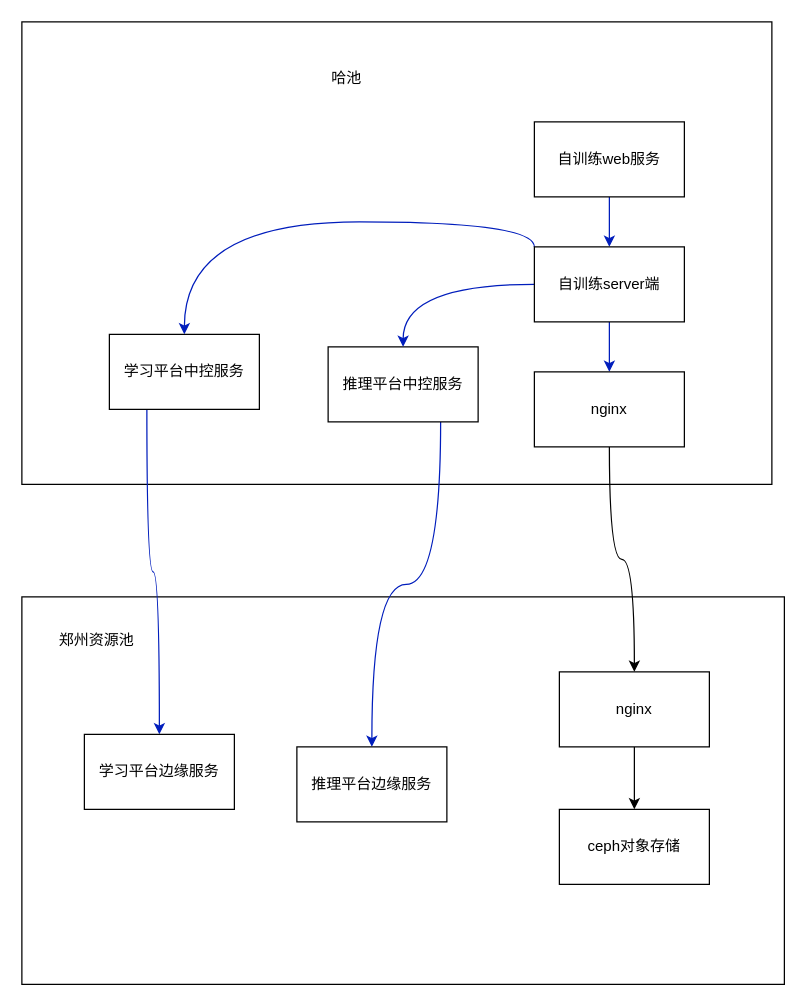
Above: page "第 1 页 的副本" (2 of 3) of 自训练部署架构.drawio in adtxgc/diagrams (draw.io), before the change. Source tidied: cells renumbered, new cells numbered last; positions are measured from the earlier drawing's top-left corner, leaving out a move shared by most shapes. Both pictures are drawn from the tidied source at 125%, with x=0, y=0 at pixel (21, 21).
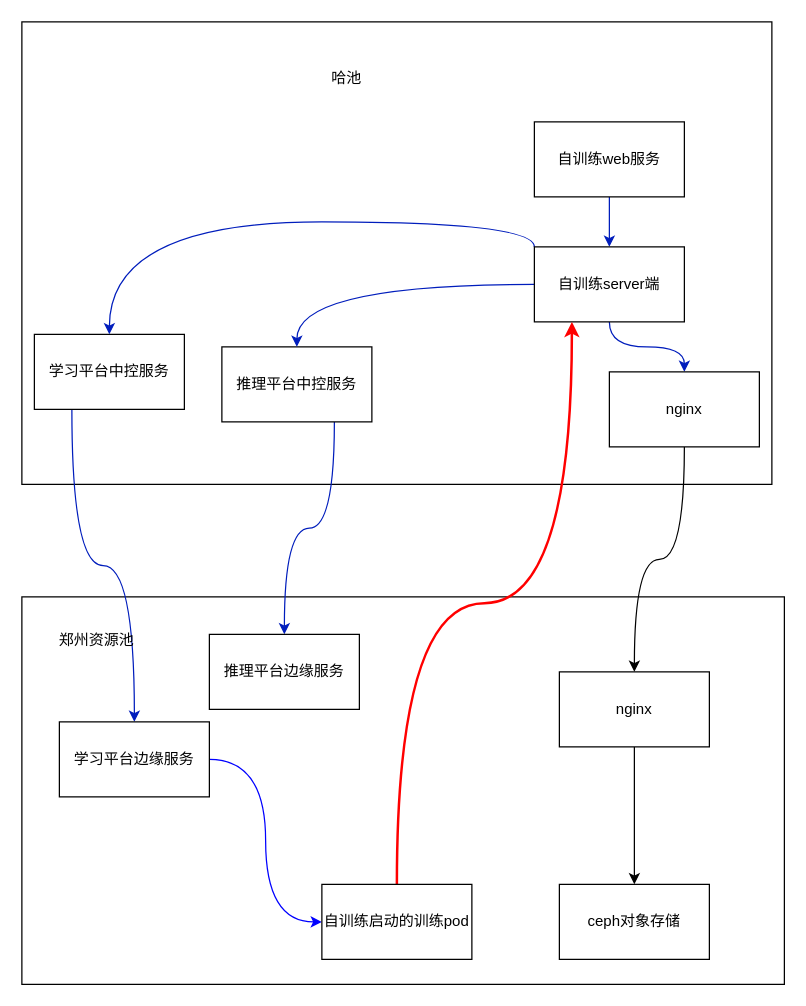
The same page after the edit.

The change refers to these unchanged cells:
```xml
<mxCell id="15" value="自训练server端" style="rounded=0;whiteSpace=wrap;html=1;" parent="1" vertex="1">
  <mxGeometry x="410" y="180" width="120" height="60" as="geometry" />
</mxCell>
```

What changed in the source:
```diff
@@
     <mxCell id="5" value="学习平台中控服务" style="rounded=0;whiteSpace=wrap;html=1;" parent="1" vertex="1">
-      <mxGeometry x="70" y="250" width="120" height="60" as="geometry" />
+      <mxGeometry x="10" y="250" width="120" height="60" as="geometry" />
     </mxCell>
@@
     <mxCell id="7" value="推理平台中控服务" style="rounded=0;whiteSpace=wrap;html=1;" parent="1" vertex="1">
-      <mxGeometry x="245" y="260" width="120" height="60" as="geometry" />
+      <mxGeometry x="160" y="260" width="120" height="60" as="geometry" />
     </mxCell>
@@
+    <mxCell id="23" style="edgeStyle=orthogonalEdgeStyle;curved=1;rounded=0;jettySize=auto;html=1;entryX=0;entryY=0.5;entryDx=0;entryDy=0;strokeColor=#0000FF;" parent="1" edge="1" source="10" target="25">
+      <mxGeometry relative="1" as="geometry" />
+    </mxCell>
     <mxCell id="10" value="学习平台边缘服务" style="rounded=0;whiteSpace=wrap;html=1;" parent="1" vertex="1">
-      <mxGeometry x="50" y="570" width="120" height="60" as="geometry" />
+      <mxGeometry x="30" y="560" width="120" height="60" as="geometry" />
     </mxCell>
     <mxCell id="11" value="推理平台边缘服务" style="rounded=0;whiteSpace=wrap;html=1;" parent="1" vertex="1">
-      <mxGeometry x="220" y="580" width="120" height="60" as="geometry" />
+      <mxGeometry x="150" y="490" width="120" height="60" as="geometry" />
     </mxCell>
@@
     <mxCell id="16" value="ceph对象存储" style="rounded=0;whiteSpace=wrap;html=1;" parent="1" vertex="1">
-      <mxGeometry x="430" y="630" width="120" height="60" as="geometry" />
+      <mxGeometry x="430" y="690" width="120" height="60" as="geometry" />
     </mxCell>
@@
     <mxCell id="20" value="nginx" style="rounded=0;whiteSpace=wrap;html=1;" parent="1" vertex="1">
-      <mxGeometry x="410" y="280" width="120" height="60" as="geometry" />
+      <mxGeometry x="470" y="280" width="120" height="60" as="geometry" />
     </mxCell>
@@
+    <mxCell id="24" style="edgeStyle=orthogonalEdgeStyle;curved=1;rounded=0;jettySize=auto;html=1;entryX=0.25;entryY=1;entryDx=0;entryDy=0;strokeColor=#FF0000;exitX=0.5;exitY=0;exitDx=0;exitDy=0;strokeWidth=2;" parent="1" edge="1" source="25" target="15">
+      <mxGeometry relative="1" as="geometry" />
+    </mxCell>
+    <mxCell id="25" value="自训练启动的训练pod" style="rounded=0;whiteSpace=wrap;html=1;" parent="1" vertex="1">
+      <mxGeometry x="240" y="690" width="120" height="60" as="geometry" />
+    </mxCell>
```
